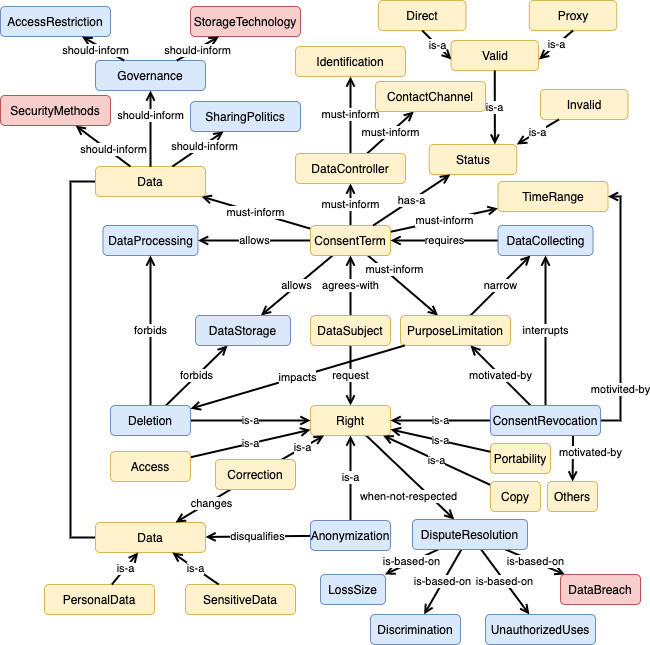
Earlier version of the draw.io export img/DataBreachImpact.png (phalves/GoDReP). Source tidied: cells renumbered, new cells last; positions are measured from the earlier drawing's top-left corner, leaving out a move shared by most shapes.
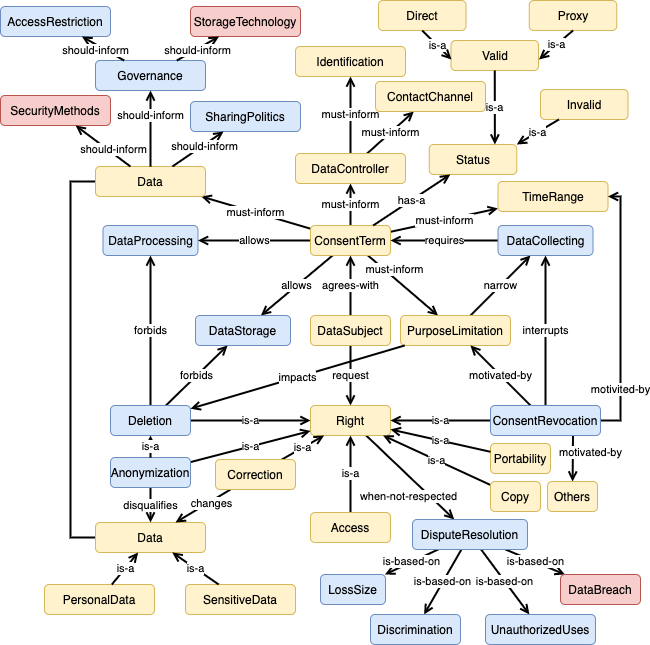
The same file after the commit.

What changed in the source:
```diff
@@ -121,7 +121,7 @@
       <mxGeometry relative="1" as="geometry" />
     </mxCell>
     <mxCell id="38" value="Anonymization" style="rounded=1;whiteSpace=wrap;html=1;fillColor=#dae8fc;strokeColor=#6c8ebf;" parent="1" vertex="1">
-      <mxGeometry x="310" y="520" width="80" height="30" as="geometry" />
+      <mxGeometry x="110" y="457" width="80" height="30" as="geometry" />
     </mxCell>
     <mxCell id="39" value="is-a" style="edgeStyle=none;rounded=0;jettySize=auto;html=1;endArrow=open;endFill=0;strokeWidth=2;" parent="1" edge="1" source="41" target="26">
       <mxGeometry relative="1" as="geometry" />
@@ -178,7 +178,7 @@
       <mxGeometry relative="1" as="geometry" />
     </mxCell>
     <mxCell id="57" value="Access" style="rounded=1;whiteSpace=wrap;html=1;fillColor=#fff2cc;strokeColor=#d6b656;" parent="1" vertex="1">
-      <mxGeometry x="110" y="451" width="80" height="30" as="geometry" />
+      <mxGeometry x="310" y="512" width="80" height="30" as="geometry" />
     </mxCell>
     <mxCell id="58" value="is-a" style="edgeStyle=none;rounded=0;jettySize=auto;html=1;endArrow=open;endFill=0;strokeWidth=2;" parent="1" edge="1" source="59" target="26">
       <mxGeometry relative="1" as="geometry" />
@@ -274,5 +274,8 @@
         <mxPoint x="538.5" y="59" as="targetPoint" />
       </mxGeometry>
     </mxCell>
+    <mxCell id="88" value="is-a" style="edgeStyle=none;rounded=0;jettySize=auto;html=1;endArrow=open;endFill=0;strokeWidth=2;" parent="1" edge="1" source="38" target="45">
+      <mxGeometry relative="1" as="geometry" />
+    </mxCell>
   </root>
 </mxGraphModel>
```
